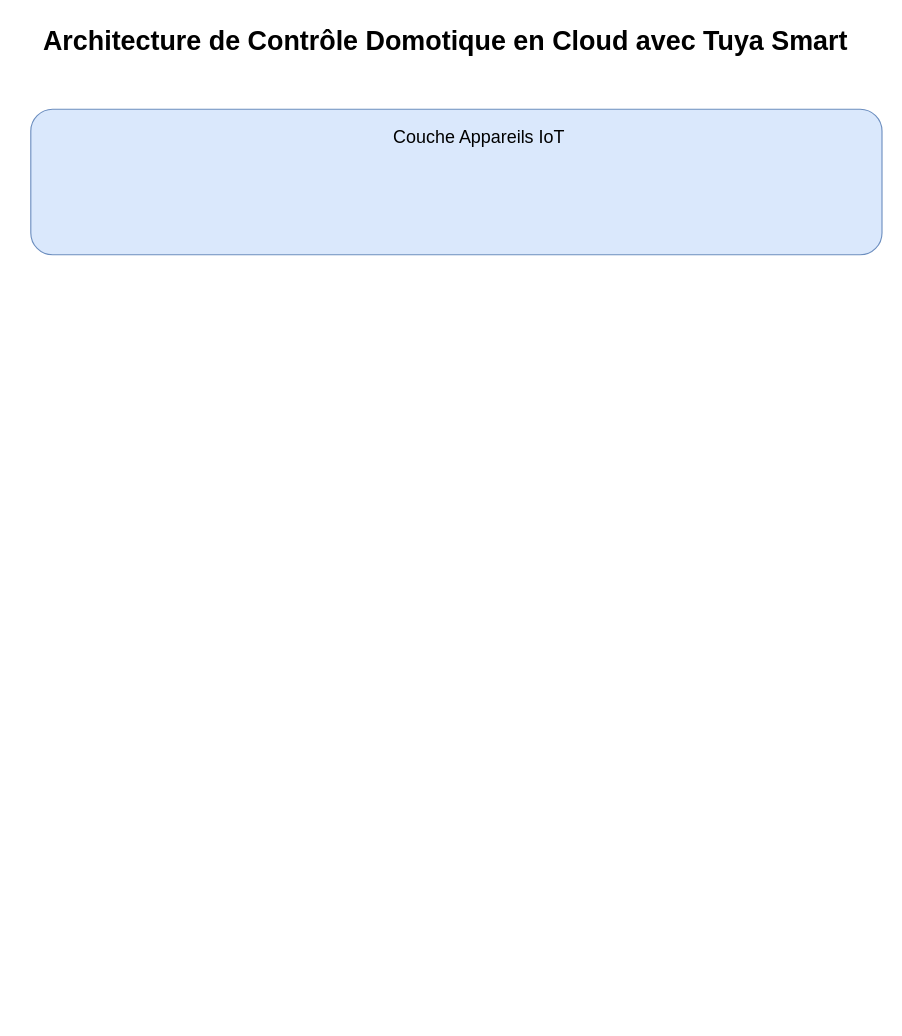
Before: Untitled Diagram.drawio in Valentin-Droid/Menue-Maker-PoC, a draw.io diagram. Source tidied: cells renumbered, new cells numbered last; positions are measured from the earlier drawing's top-left corner, leaving out a move shared by most shapes. Both pictures are drawn from the tidied source at 112%, with x=0, y=0 at pixel (30, 19).
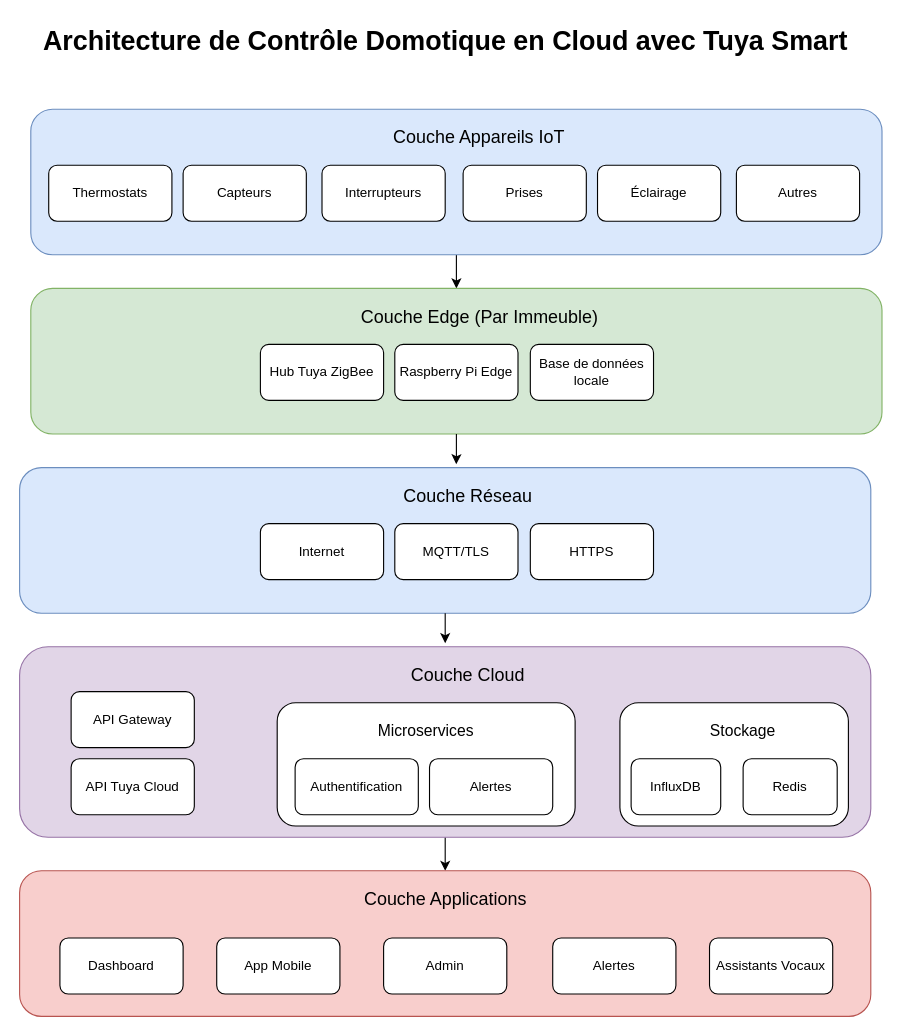
The same page after the edit.

The change refers to these unchanged cells:
```xml
<mxCell id="3" style="rounded=1;whiteSpace=wrap;html=1;fillColor=#dae8fc;strokeColor=#6c8ebf;labelBorderColor=none;" parent="1" vertex="1">
  <mxGeometry y="80" width="760" height="130" as="geometry" />
</mxCell>
```

Diff of the diagram source:
```diff
@@
+    <mxCell id="5" style="edgeStyle=orthogonalEdgeStyle;rounded=0;jettySize=auto;html=1;entryX=0.5;entryY=0;entryDx=0;entryDy=0;" parent="1" edge="1" source="3" target="12">
+      <mxGeometry relative="1" as="geometry" />
+    </mxCell>
@@
+    <mxCell id="6" value="Thermostats" style="rounded=1;whiteSpace=wrap;html=1;" parent="1" vertex="1">
+      <mxGeometry x="16" y="130" width="110" height="50" as="geometry" />
+    </mxCell>
+    <mxCell id="7" value="Capteurs" style="rounded=1;whiteSpace=wrap;html=1;" parent="1" vertex="1">
+      <mxGeometry x="136" y="130" width="110" height="50" as="geometry" />
+    </mxCell>
+    <mxCell id="8" value="Interrupteurs" style="rounded=1;whiteSpace=wrap;html=1;" parent="1" vertex="1">
+      <mxGeometry x="260" y="130" width="110" height="50" as="geometry" />
+    </mxCell>
+    <mxCell id="9" value="Prises" style="rounded=1;whiteSpace=wrap;html=1;" parent="1" vertex="1">
+      <mxGeometry x="386" y="130" width="110" height="50" as="geometry" />
+    </mxCell>
+    <mxCell id="10" value="Éclairage" style="rounded=1;whiteSpace=wrap;html=1;" parent="1" vertex="1">
+      <mxGeometry x="506" y="130" width="110" height="50" as="geometry" />
+    </mxCell>
+    <mxCell id="11" value="Autres" style="rounded=1;whiteSpace=wrap;html=1;" parent="1" vertex="1">
+      <mxGeometry x="630" y="130" width="110" height="50" as="geometry" />
+    </mxCell>
+    <mxCell id="12" style="rounded=1;whiteSpace=wrap;html=1;fillColor=#d5e8d4;strokeColor=#82b366;labelBorderColor=none;" parent="1" vertex="1">
+      <mxGeometry y="240" width="760" height="130" as="geometry" />
+    </mxCell>
+    <mxCell id="13" value="Couche Edge (Par Immeuble)" style="text;html=1;align=center;verticalAlign=middle;whiteSpace=wrap;rounded=0;fontSize=16;" parent="1" vertex="1">
+      <mxGeometry x="285.5" y="250" width="230" height="30" as="geometry" />
+    </mxCell>
+    <mxCell id="14" value="Hub Tuya ZigBee" style="rounded=1;whiteSpace=wrap;html=1;" parent="1" vertex="1">
+      <mxGeometry x="205" y="290" width="110" height="50" as="geometry" />
+    </mxCell>
+    <mxCell id="15" value="Raspberry Pi Edge" style="rounded=1;whiteSpace=wrap;html=1;" parent="1" vertex="1">
+      <mxGeometry x="325" y="290" width="110" height="50" as="geometry" />
+    </mxCell>
+    <mxCell id="16" value="Base de données locale" style="rounded=1;whiteSpace=wrap;html=1;" parent="1" vertex="1">
+      <mxGeometry x="446" y="290" width="110" height="50" as="geometry" />
+    </mxCell>
+    <mxCell id="17" style="rounded=1;whiteSpace=wrap;html=1;fillColor=#dae8fc;strokeColor=#6c8ebf;labelBorderColor=none;" parent="1" vertex="1">
+      <mxGeometry x="-10" y="400" width="760" height="130" as="geometry" />
+    </mxCell>
+    <mxCell id="18" value="Couche Réseau" style="text;html=1;align=center;verticalAlign=middle;whiteSpace=wrap;rounded=0;fontSize=16;" parent="1" vertex="1">
+      <mxGeometry x="305" y="410" width="171" height="30" as="geometry" />
+    </mxCell>
+    <mxCell id="19" value="Internet" style="rounded=1;whiteSpace=wrap;html=1;" parent="1" vertex="1">
+      <mxGeometry x="205" y="450" width="110" height="50" as="geometry" />
+    </mxCell>
+    <mxCell id="20" value="MQTT/TLS" style="rounded=1;whiteSpace=wrap;html=1;" parent="1" vertex="1">
+      <mxGeometry x="325" y="450" width="110" height="50" as="geometry" />
+    </mxCell>
+    <mxCell id="21" value="HTTPS" style="rounded=1;whiteSpace=wrap;html=1;" parent="1" vertex="1">
+      <mxGeometry x="446" y="450" width="110" height="50" as="geometry" />
+    </mxCell>
+    <mxCell id="22" style="edgeStyle=orthogonalEdgeStyle;rounded=0;jettySize=auto;html=1;entryX=0.5;entryY=0;entryDx=0;entryDy=0;" parent="1" edge="1" source="23" target="35">
+      <mxGeometry relative="1" as="geometry" />
+    </mxCell>
+    <mxCell id="23" style="rounded=1;whiteSpace=wrap;html=1;fillColor=#e1d5e7;strokeColor=#9673a6;labelBorderColor=none;" parent="1" vertex="1">
+      <mxGeometry x="-10" y="560" width="760" height="170" as="geometry" />
+    </mxCell>
+    <mxCell id="24" value="Couche Cloud" style="text;html=1;align=center;verticalAlign=middle;whiteSpace=wrap;rounded=0;fontSize=16;" parent="1" vertex="1">
+      <mxGeometry x="305" y="570" width="171" height="30" as="geometry" />
+    </mxCell>
+    <mxCell id="25" value="API Gateway" style="rounded=1;whiteSpace=wrap;html=1;" parent="1" vertex="1">
+      <mxGeometry x="36" y="600" width="110" height="50" as="geometry" />
+    </mxCell>
+    <mxCell id="26" value="API Tuya Cloud" style="rounded=1;whiteSpace=wrap;html=1;" parent="1" vertex="1">
+      <mxGeometry x="36" y="660" width="110" height="50" as="geometry" />
+    </mxCell>
+    <mxCell id="27" style="rounded=1;whiteSpace=wrap;html=1;" parent="1" vertex="1">
+      <mxGeometry x="220" y="610" width="266" height="110" as="geometry" />
+    </mxCell>
+    <mxCell id="28" value="Authentification" style="rounded=1;whiteSpace=wrap;html=1;" parent="1" vertex="1">
+      <mxGeometry x="236" y="660" width="110" height="50" as="geometry" />
+    </mxCell>
+    <mxCell id="29" value="Alertes" style="rounded=1;whiteSpace=wrap;html=1;" parent="1" vertex="1">
+      <mxGeometry x="356" y="660" width="110" height="50" as="geometry" />
+    </mxCell>
+    <mxCell id="30" value="Microservices" style="text;html=1;align=center;verticalAlign=middle;whiteSpace=wrap;rounded=0;fontSize=14;" parent="1" vertex="1">
+      <mxGeometry x="308" y="620" width="90" height="30" as="geometry" />
+    </mxCell>
+    <mxCell id="31" style="rounded=1;whiteSpace=wrap;html=1;" parent="1" vertex="1">
+      <mxGeometry x="526" y="610" width="204" height="110" as="geometry" />
+    </mxCell>
+    <mxCell id="32" value="Stockage" style="text;html=1;align=center;verticalAlign=middle;whiteSpace=wrap;rounded=0;fontSize=14;" parent="1" vertex="1">
+      <mxGeometry x="606" y="620" width="60" height="30" as="geometry" />
+    </mxCell>
+    <mxCell id="33" value="InfluxDB" style="rounded=1;whiteSpace=wrap;html=1;" parent="1" vertex="1">
+      <mxGeometry x="536" y="660" width="80" height="50" as="geometry" />
+    </mxCell>
+    <mxCell id="34" value="Redis" style="rounded=1;whiteSpace=wrap;html=1;" parent="1" vertex="1">
+      <mxGeometry x="636" y="660" width="84" height="50" as="geometry" />
+    </mxCell>
+    <mxCell id="35" style="rounded=1;whiteSpace=wrap;html=1;fillColor=#f8cecc;strokeColor=#b85450;labelBorderColor=none;" parent="1" vertex="1">
+      <mxGeometry x="-10" y="760" width="760" height="130" as="geometry" />
+    </mxCell>
+    <mxCell id="36" value="Couche Applications" style="text;html=1;align=center;verticalAlign=middle;whiteSpace=wrap;rounded=0;fontSize=16;" parent="1" vertex="1">
+      <mxGeometry x="289.5" y="770" width="161" height="30" as="geometry" />
+    </mxCell>
+    <mxCell id="37" value="Dashboard" style="rounded=1;whiteSpace=wrap;html=1;" parent="1" vertex="1">
+      <mxGeometry x="26" y="820" width="110" height="50" as="geometry" />
+    </mxCell>
+    <mxCell id="38" value="App Mobile" style="rounded=1;whiteSpace=wrap;html=1;" parent="1" vertex="1">
+      <mxGeometry x="166" y="820" width="110" height="50" as="geometry" />
+    </mxCell>
+    <mxCell id="39" value="Admin" style="rounded=1;whiteSpace=wrap;html=1;" parent="1" vertex="1">
+      <mxGeometry x="315" y="820" width="110" height="50" as="geometry" />
+    </mxCell>
+    <mxCell id="40" value="Alertes" style="rounded=1;whiteSpace=wrap;html=1;" parent="1" vertex="1">
+      <mxGeometry x="466" y="820" width="110" height="50" as="geometry" />
+    </mxCell>
+    <mxCell id="41" value="Assistants Vocaux" style="rounded=1;whiteSpace=wrap;html=1;" parent="1" vertex="1">
+      <mxGeometry x="606" y="820" width="110" height="50" as="geometry" />
+    </mxCell>
+    <mxCell id="42" style="edgeStyle=orthogonalEdgeStyle;rounded=0;jettySize=auto;html=1;entryX=0.513;entryY=-0.023;entryDx=0;entryDy=0;entryPerimeter=0;" parent="1" edge="1" source="12" target="17">
+      <mxGeometry relative="1" as="geometry" />
+    </mxCell>
+    <mxCell id="43" style="edgeStyle=orthogonalEdgeStyle;rounded=0;jettySize=auto;html=1;entryX=0.5;entryY=-0.019;entryDx=0;entryDy=0;entryPerimeter=0;" parent="1" edge="1" source="17" target="23">
+      <mxGeometry relative="1" as="geometry" />
+    </mxCell>
```
